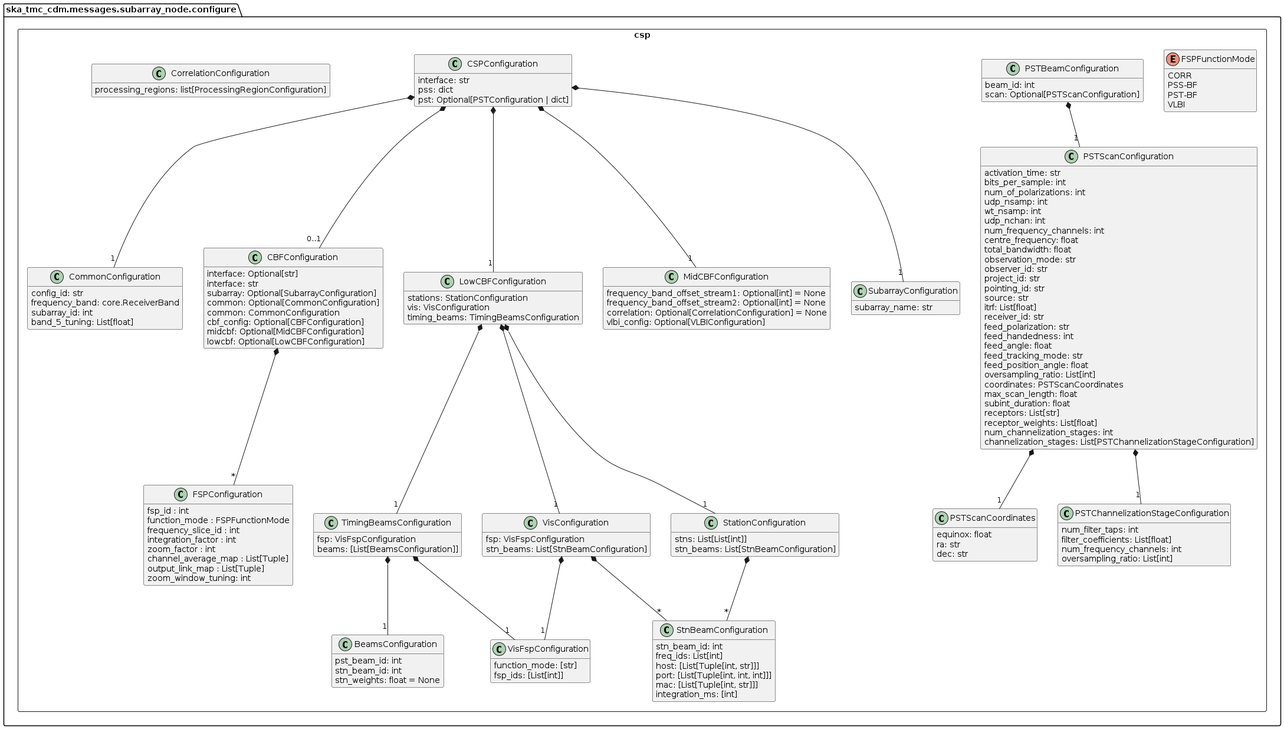
Earlier version of the PlantUML export docs/src/developer/subarraynode/csp.png (ska-telescope/cdm-shared-library).
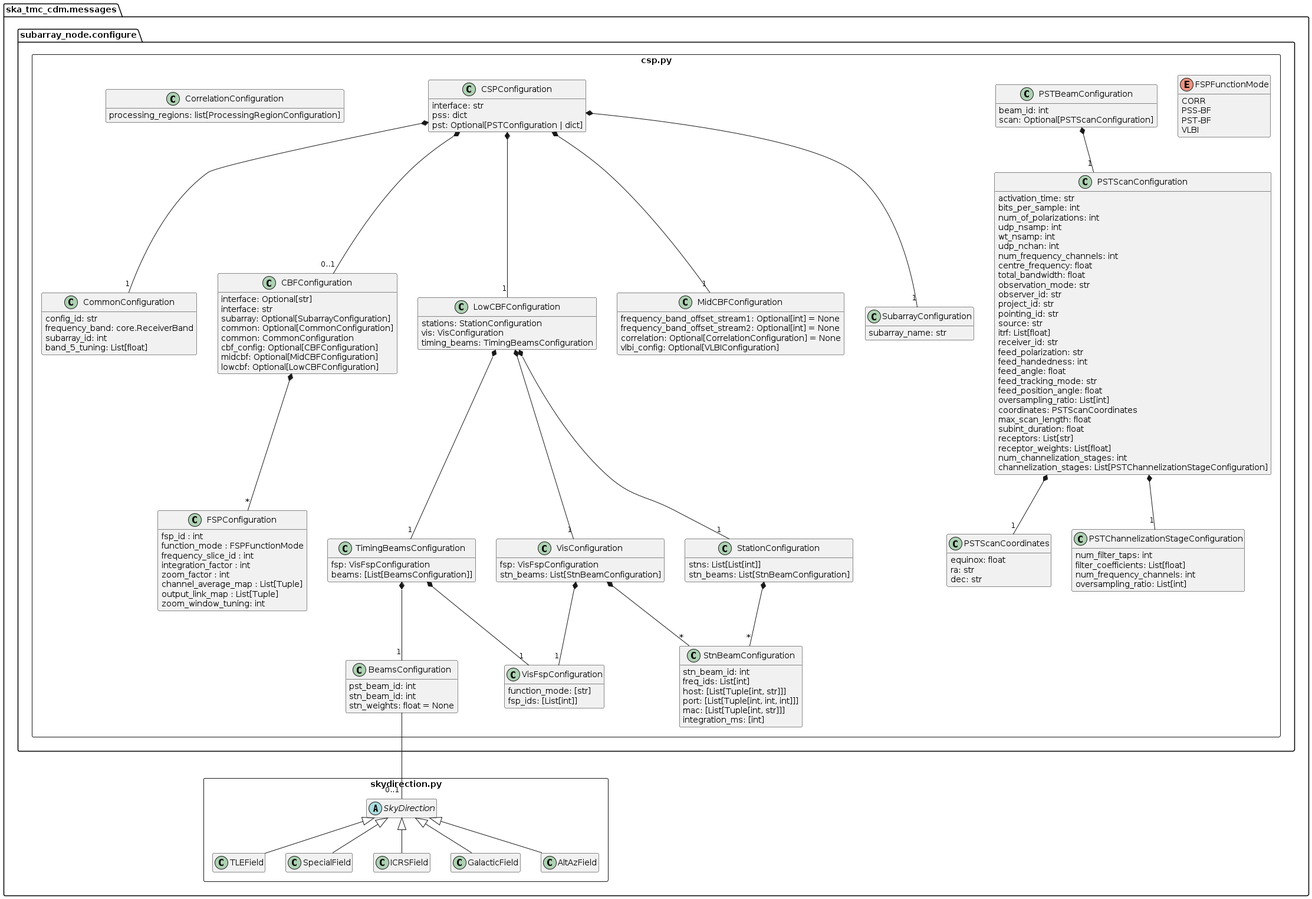
The same file after the commit.

Change to the diagram source:
```diff
@@ -6,180 +6,193 @@
 remove PSSConfiguration
 
 set separator none
-package ska_tmc_cdm.messages.subarray_node.configure {
-	package csp <<Rectangle>> {
-		class SubarrayConfiguration {
-			subarray_name: str
-		}
+package ska_tmc_cdm.messages {
 
-		class CommonConfiguration {
-			config_id: str
-			frequency_band: core.ReceiverBand
-			subarray_id: int
-			band_5_tuning: List[float]
-		}
+  package "skydirection.py" as skydirection <<Rectangle>> {
+      abstract class SkyDirection {}
+      SkyDirection <|-- TLEField
+      SkyDirection <|-- SpecialField
+      SkyDirection <|-- ICRSField
+      SkyDirection <|-- GalacticField
+      SkyDirection <|-- AltAzField
+  }
 
-		class CBFConfiguration {
-			interface: Optional[str]
-			interface: str
-			subarray: Optional[SubarrayConfiguration]
-			common: Optional[CommonConfiguration]
-			common: CommonConfiguration
-			cbf_config: Optional[CBFConfiguration]
-			midcbf: Optional[MidCBFConfiguration]
-			lowcbf: Optional[LowCBFConfiguration]
-		}
+  package subarray_node.configure {
+    package csp.py as csp <<Rectangle>> {
+      class SubarrayConfiguration {
+        subarray_name: str
+      }
 
-		enum FSPFunctionMode {
-			CORR
-			PSS-BF
-			PST-BF
-			VLBI
-		}
+      class CommonConfiguration {
+        config_id: str
+        frequency_band: core.ReceiverBand
+        subarray_id: int
+        band_5_tuning: List[float]
+      }
 
-		class FSPConfiguration {
-			fsp_id : int
-			function_mode : FSPFunctionMode
-			frequency_slice_id : int
-			integration_factor : int
-			zoom_factor : int
-			channel_average_map : List[Tuple]
-			output_link_map : List[Tuple]
-			zoom_window_tuning: int
-		}
+      class CBFConfiguration {
+        interface: Optional[str]
+        interface: str
+        subarray: Optional[SubarrayConfiguration]
+        common: Optional[CommonConfiguration]
+        common: CommonConfiguration
+        cbf_config: Optional[CBFConfiguration]
+        midcbf: Optional[MidCBFConfiguration]
+        lowcbf: Optional[LowCBFConfiguration]
+      }
 
-		class PSTScanConfiguration {
-			activation_time: str
-			bits_per_sample: int
-			num_of_polarizations: int
-			udp_nsamp: int
-			wt_nsamp: int
-			udp_nchan: int
-			num_frequency_channels: int
-			centre_frequency: float
-			total_bandwidth: float
-			observation_mode: str
-			observer_id: str
-			project_id: str
-			pointing_id: str
-			source: str
-			itrf: List[float]
-			receiver_id: str
-			feed_polarization: str
-			feed_handedness: int
-			feed_angle: float
-			feed_tracking_mode: str
-			feed_position_angle: float
-			oversampling_ratio: List[int]
-			coordinates: PSTScanCoordinates
-			max_scan_length: float
-			subint_duration: float
-			receptors: List[str]
-			receptor_weights: List[float]
-			num_channelization_stages: int
-			channelization_stages: List[PSTChannelizationStageConfiguration]
-		}
+      enum FSPFunctionMode {
+        CORR
+        PSS-BF
+        PST-BF
+        VLBI
+      }
 
-		class PSTBeamConfiguration {
-			beam_id: int
-			scan: Optional[PSTScanConfiguration]
-		}
+      class FSPConfiguration {
+        fsp_id : int
+        function_mode : FSPFunctionMode
+        frequency_slice_id : int
+        integration_factor : int
+        zoom_factor : int
+        channel_average_map : List[Tuple]
+        output_link_map : List[Tuple]
+        zoom_window_tuning: int
+      }
 
-		class PSTScanCoordinates {
-			equinox: float
-			ra: str
-			dec: str
-		}
+      class PSTScanConfiguration {
+        activation_time: str
+        bits_per_sample: int
+        num_of_polarizations: int
+        udp_nsamp: int
+        wt_nsamp: int
+        udp_nchan: int
+        num_frequency_channels: int
+        centre_frequency: float
+        total_bandwidth: float
+        observation_mode: str
+        observer_id: str
+        project_id: str
+        pointing_id: str
+        source: str
+        itrf: List[float]
+        receiver_id: str
+        feed_polarization: str
+        feed_handedness: int
+        feed_angle: float
+        feed_tracking_mode: str
+        feed_position_angle: float
+        oversampling_ratio: List[int]
+        coordinates: PSTScanCoordinates
+        max_scan_length: float
+        subint_duration: float
+        receptors: List[str]
+        receptor_weights: List[float]
+        num_channelization_stages: int
+        channelization_stages: List[PSTChannelizationStageConfiguration]
+      }
 
-		class PSTChannelizationStageConfiguration {
-			num_filter_taps: int
-			filter_coefficients: List[float]
-			num_frequency_channels: int
-			oversampling_ratio: List[int]
-		}
+      class PSTBeamConfiguration {
+        beam_id: int
+        scan: Optional[PSTScanConfiguration]
+      }
 
-		class PSTConfiguration {
-			beams: List[PSTBeamConfiguration]
-		}
+      class PSTScanCoordinates {
+        equinox: float
+        ra: str
+        dec: str
+      }
 
-		class CSPConfiguration {
-			interface: str
-			pss: dict
-			pst: Optional[PSTConfiguration | dict]
+      class PSTChannelizationStageConfiguration {
+        num_filter_taps: int
+        filter_coefficients: List[float]
+        num_frequency_channels: int
+        oversampling_ratio: List[int]
+      }
 
-		}
+      class PSTConfiguration {
+        beams: List[PSTBeamConfiguration]
+      }
 
-		class CorrelationConfiguration {
-			processing_regions: list[ProcessingRegionConfiguration]
-		}
+      class CSPConfiguration {
+        interface: str
+        pss: dict
+        pst: Optional[PSTConfiguration | dict]
 
-		class LowCBFConfiguration {
-			stations: StationConfiguration
-			vis: VisConfiguration
-			timing_beams: TimingBeamsConfiguration
-		}
+      }
 
-		class MidCBFConfiguration {
-			frequency_band_offset_stream1: Optional[int] = None
-			frequency_band_offset_stream2: Optional[int] = None
-			correlation: Optional[CorrelationConfiguration] = None
-			vlbi_config: Optional[VLBIConfiguration]
-		}
+      class CorrelationConfiguration {
+        processing_regions: list[ProcessingRegionConfiguration]
+      }
 
-		class TimingBeamsConfiguration {
-			fsp: VisFspConfiguration
-			beams: [List[BeamsConfiguration]]
-		}
+      class LowCBFConfiguration {
+        stations: StationConfiguration
+        vis: VisConfiguration
+        timing_beams: TimingBeamsConfiguration
+      }
 
-		class BeamsConfiguration {
-			pst_beam_id: int
-			stn_beam_id: int
-			stn_weights: float = None
-		}
+      class MidCBFConfiguration {
+        frequency_band_offset_stream1: Optional[int] = None
+        frequency_band_offset_stream2: Optional[int] = None
+        correlation: Optional[CorrelationConfiguration] = None
+        vlbi_config: Optional[VLBIConfiguration]
+      }
 
-		class StationConfiguration {
-			stns: List[List[int]]
-			stn_beams: List[StnBeamConfiguration]
-		}
+      class TimingBeamsConfiguration {
+        fsp: VisFspConfiguration
+        beams: [List[BeamsConfiguration]]
+      }
 
-		class StnBeamConfiguration {
-			stn_beam_id: int
-			freq_ids: List[int]
-			host: [List[Tuple[int, str]]]
-			port: [List[Tuple[int, int, int]]]
-			mac: [List[Tuple[int, str]]]
-			integration_ms: [int]
-		}
+      class BeamsConfiguration {
+        pst_beam_id: int
+        stn_beam_id: int
+        stn_weights: float = None
+      }
 
-		class VisConfiguration {
-			fsp: VisFspConfiguration
-			stn_beams: List[StnBeamConfiguration]
-		}
+      class StationConfiguration {
+        stns: List[List[int]]
+        stn_beams: List[StnBeamConfiguration]
+      }
 
-		class VisFspConfiguration {
-			function_mode: [str]
-			fsp_ids: [List[int]]
-		}
+      class StnBeamConfiguration {
+        stn_beam_id: int
+        freq_ids: List[int]
+        host: [List[Tuple[int, str]]]
+        port: [List[Tuple[int, int, int]]]
+        mac: [List[Tuple[int, str]]]
+        integration_ms: [int]
+      }
 
-		CBFConfiguration *-- "*" FSPConfiguration
-		CSPConfiguration *-- "1" CommonConfiguration
-		CSPConfiguration *-- "1" SubarrayConfiguration
-		CSPConfiguration *-- "0..1" CBFConfiguration
-		CSPConfiguration *-- "1" LowCBFConfiguration
-		CSPConfiguration *-- "1" MidCBFConfiguration
-		CSPConfiguration *-- "1" PSTConfiguration
-		PSTConfiguration *-- "1" PSTBeamConfiguration
-		PSTBeamConfiguration *-- "1" PSTScanConfiguration
-		PSTScanConfiguration *-- "1" PSTChannelizationStageConfiguration
-		PSTScanConfiguration *-- "1" PSTScanCoordinates
-		LowCBFConfiguration *-- "1" StationConfiguration
-		LowCBFConfiguration *-- "1" VisConfiguration
-		LowCBFConfiguration *-- "1" TimingBeamsConfiguration
-		TimingBeamsConfiguration *-- "1" VisFspConfiguration
-		TimingBeamsConfiguration *-- "1" BeamsConfiguration
-		VisConfiguration *-- "1" VisFspConfiguration
-		VisConfiguration *-- "*" StnBeamConfiguration
-		StationConfiguration *-- "*" StnBeamConfiguration
-	}
+      class VisConfiguration {
+        fsp: VisFspConfiguration
+        stn_beams: List[StnBeamConfiguration]
+      }
+
+      class VisFspConfiguration {
+        function_mode: [str]
+        fsp_ids: [List[int]]
+      }
+
+      CBFConfiguration *-- "*" FSPConfiguration
+      CSPConfiguration *-- "1" CommonConfiguration
+      CSPConfiguration *-- "1" SubarrayConfiguration
+      CSPConfiguration *-- "0..1" CBFConfiguration
+      CSPConfiguration *-- "1" LowCBFConfiguration
+      CSPConfiguration *-- "1" MidCBFConfiguration
+      CSPConfiguration *-- "1" PSTConfiguration
+      PSTConfiguration *-- "1" PSTBeamConfiguration
+      PSTBeamConfiguration *-- "1" PSTScanConfiguration
+      PSTScanConfiguration *-- "1" PSTChannelizationStageConfiguration
+      PSTScanConfiguration *-- "1" PSTScanCoordinates
+      LowCBFConfiguration *-- "1" StationConfiguration
+      LowCBFConfiguration *-- "1" VisConfiguration
+      LowCBFConfiguration *-- "1" TimingBeamsConfiguration
+      TimingBeamsConfiguration *-- "1" VisFspConfiguration
+      TimingBeamsConfiguration *-- "1" BeamsConfiguration
+      VisConfiguration *-- "1" VisFspConfiguration
+      VisConfiguration *-- "*" StnBeamConfiguration
+      StationConfiguration *-- "*" StnBeamConfiguration
+    }
+  }
+  BeamsConfiguration --- "0..1" SkyDirection
 }
 @enduml
```
